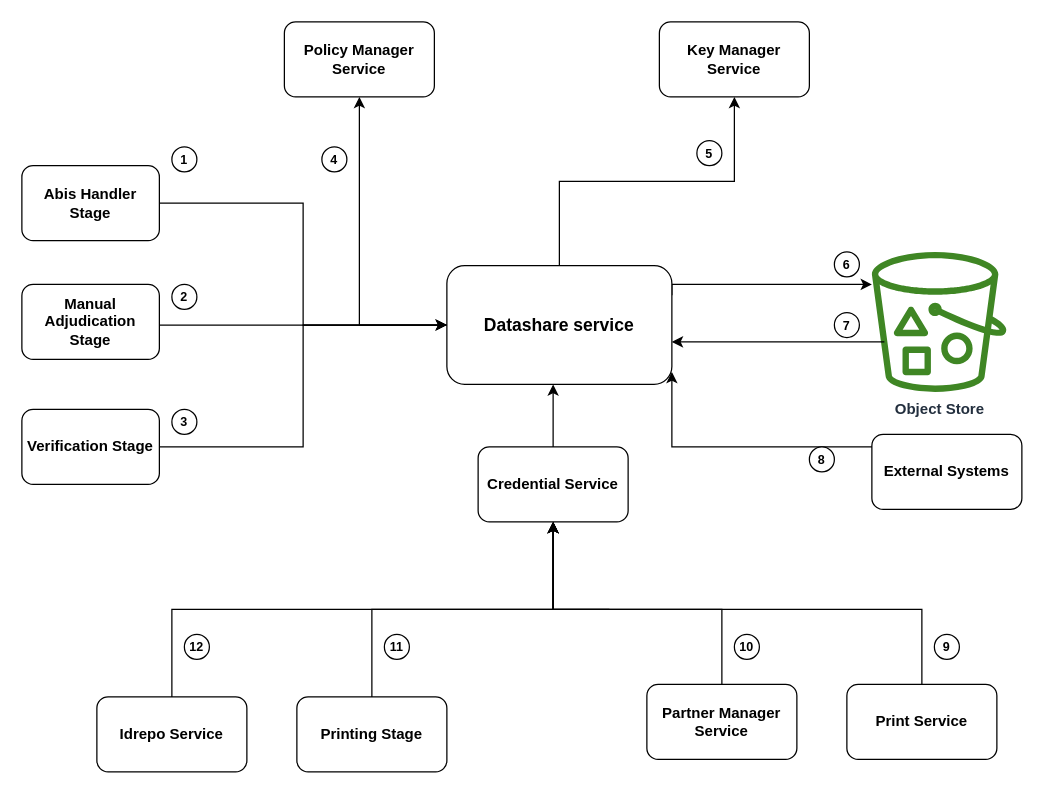
Above: docs/_images/datashare.drawio in mosip/documentation (draw.io), before the change. Source tidied: cells renumbered, new cells numbered last; positions are measured from the earlier drawing's top-left corner, leaving out a move shared by most shapes. Both pictures are drawn from the tidied source at 125%, with x=0, y=0 at pixel (21, 21).
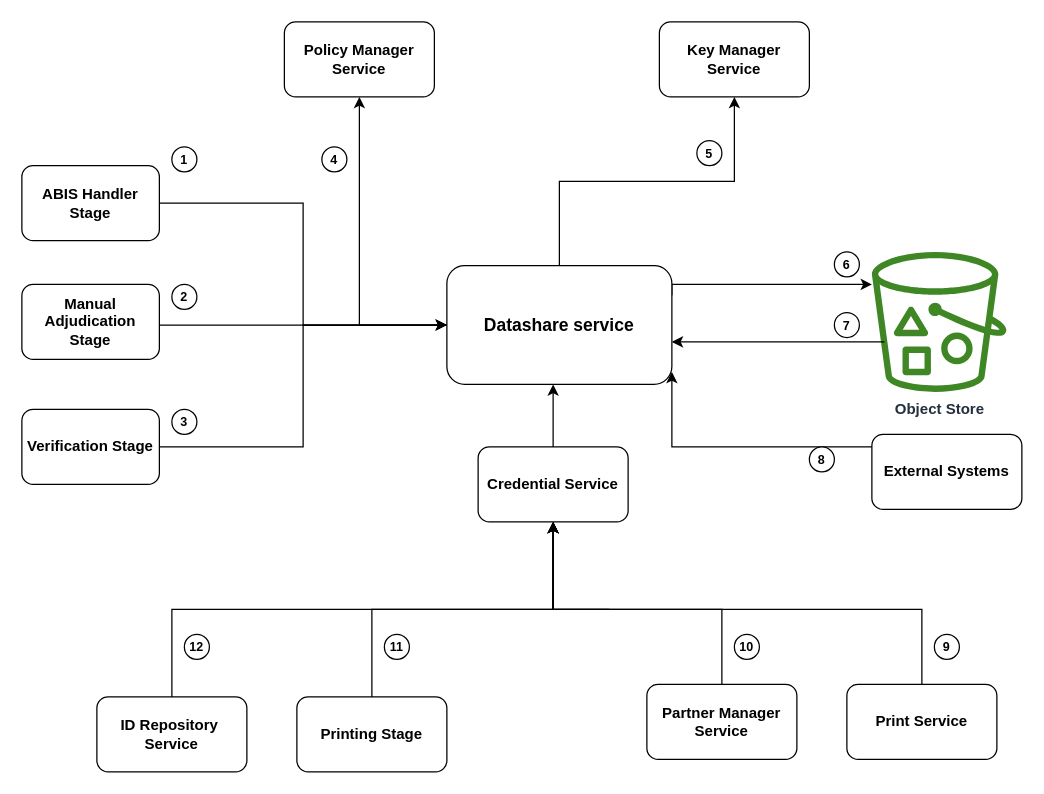
The same page after the edit.

The edit, as a diff of the source:
```diff
@@
-    <mxCell id="10" value="Abis Handler Stage" style="rounded=1;whiteSpace=wrap;html=1;fontStyle=1;" parent="1" vertex="1">
+    <mxCell id="10" value="ABIS Handler Stage" style="rounded=1;whiteSpace=wrap;html=1;fontStyle=1;" parent="1" vertex="1">
       <mxGeometry y="115" width="110" height="60" as="geometry" />
     </mxCell>
@@
-    <mxCell id="18" value="Idrepo Service" style="rounded=1;whiteSpace=wrap;html=1;fontStyle=1;" parent="1" vertex="1">
+    <mxCell id="18" value="ID Repository&amp;nbsp; Service" style="rounded=1;whiteSpace=wrap;html=1;fontStyle=1;" parent="1" vertex="1">
       <mxGeometry x="60" y="540" width="120" height="60" as="geometry" />
     </mxCell>
```
